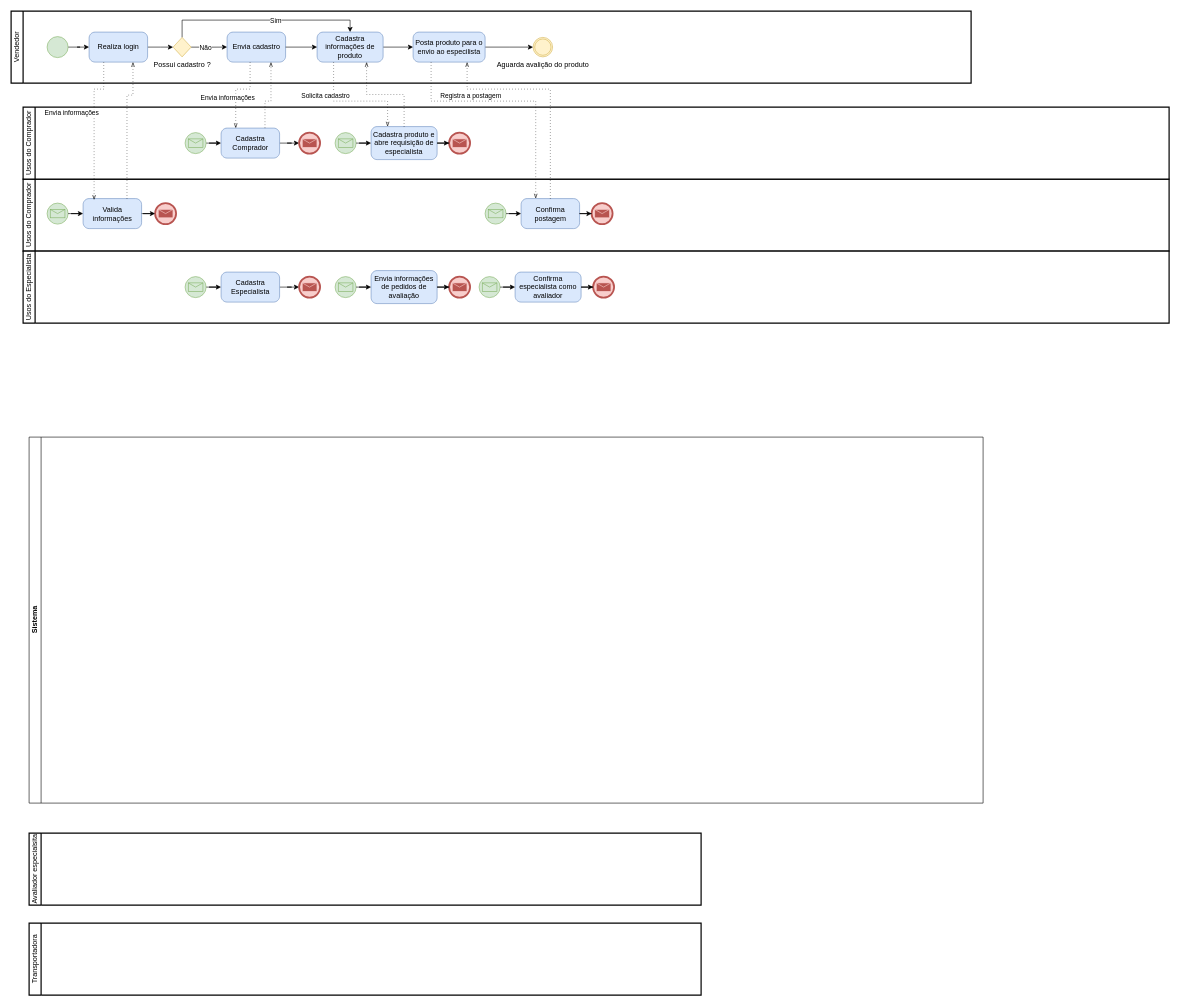
Above: page "Modelo To Be Processo Cadastro Produto" (3 of 3) of DPN/ModelagemProcessoNegocio.drawio in luca-moraes/projetoCorintoModelagem (draw.io), before the change. Source tidied: cells renumbered, new cells numbered last; positions are measured from the earlier drawing's top-left corner, leaving out a move shared by most shapes. Both pictures are drawn from the tidied source at 60%, with x=0, y=0 at pixel (11, 11).
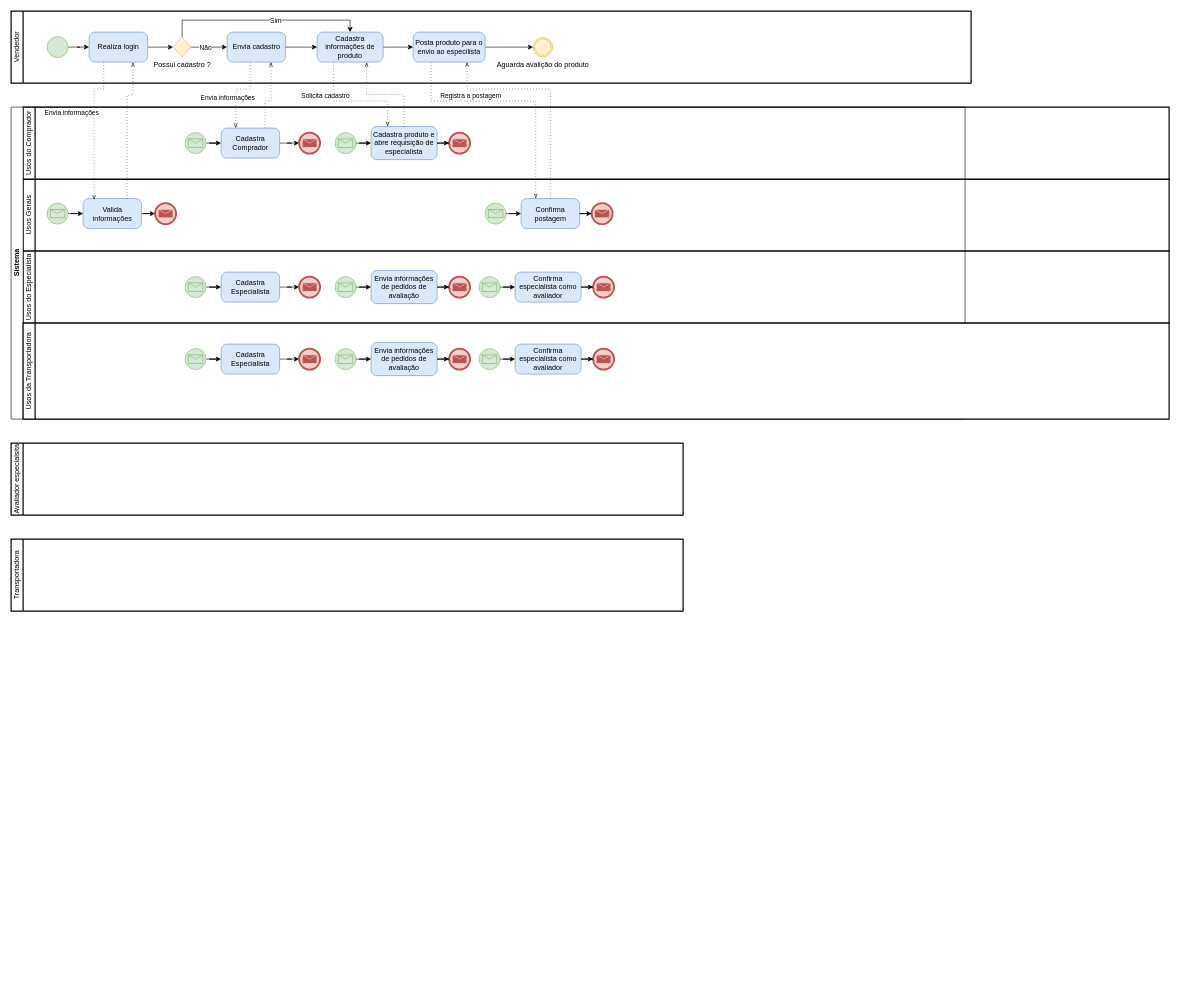
Above is the later version.

The edit, as a diff of the source:
```diff
@@
-    <mxCell id="2" value="Usos do Comprador" style="swimlane;html=1;startSize=20;fontStyle=0;horizontal=0;swimlaneLine=1;swimlaneFillColor=#ffffff;strokeWidth=2;whiteSpace=wrap;" parent="1" vertex="1">
+    <mxCell id="2" value="Usos Gerais" style="swimlane;html=1;startSize=20;fontStyle=0;horizontal=0;swimlaneLine=1;swimlaneFillColor=#ffffff;strokeWidth=2;whiteSpace=wrap;" parent="1" vertex="1">
       <mxGeometry x="20" y="280" width="1910" height="120" as="geometry" />
     </mxCell>
@@
     <mxCell id="40" value="Transportadora" style="swimlane;html=1;startSize=20;fontStyle=0;horizontal=0;swimlaneLine=1;swimlaneFillColor=#ffffff;strokeWidth=2;whiteSpace=wrap;" parent="1" vertex="1">
-      <mxGeometry x="30" y="1520" width="1120" height="120" as="geometry" />
+      <mxGeometry y="880" width="1120" height="120" as="geometry" />
     </mxCell>
@@
     <mxCell id="73" value="Avaliador especialsita" style="swimlane;html=1;startSize=20;fontStyle=0;horizontal=0;swimlaneLine=1;swimlaneFillColor=#ffffff;strokeWidth=2;whiteSpace=wrap;" parent="1" vertex="1">
-      <mxGeometry x="30" y="1370" width="1120" height="120" as="geometry" />
+      <mxGeometry y="720" width="1120" height="120" as="geometry" />
     </mxCell>
@@
     <mxCell id="77" value="Sistema" style="swimlane;horizontal=0;startSize=20;html=1;" parent="1" vertex="1">
-      <mxGeometry x="30" y="710" width="1590" height="610" as="geometry" />
+      <mxGeometry y="160" width="1590" height="520" as="geometry" />
     </mxCell>
+    <mxCell id="78" value="Usos da Transportadora" style="swimlane;html=1;startSize=20;fontStyle=0;horizontal=0;swimlaneLine=1;swimlaneFillColor=#ffffff;strokeWidth=2;whiteSpace=wrap;" parent="1" vertex="1">
+      <mxGeometry x="20" y="520" width="1910" height="160" as="geometry" />
+    </mxCell>
+    <mxCell id="79" style="edgeStyle=orthogonalEdgeStyle;rounded=0;jettySize=auto;html=1;entryX=0;entryY=0.5;entryDx=0;entryDy=0;entryPerimeter=0;" parent="78" edge="1" source="80" target="82">
+      <mxGeometry relative="1" as="geometry" />
+    </mxCell>
+    <mxCell id="80" style="points=[[0.145,0.145,0],[0.5,0,0],[0.855,0.145,0],[1,0.5,0],[0.855,0.855,0],[0.5,1,0],[0.145,0.855,0],[0,0.5,0]];shape=mxgraph.bpmn.event;html=1;verticalLabelPosition=bottom;labelBackgroundColor=#ffffff;verticalAlign=top;align=center;perimeter=ellipsePerimeter;outlineConnect=0;outline=standard;symbol=message;fillColor=#d5e8d4;strokeColor=#82b366;" parent="78" vertex="1">
+      <mxGeometry x="270" y="42.5" width="35" height="35" as="geometry" />
+    </mxCell>
+    <mxCell id="81" style="edgeStyle=orthogonalEdgeStyle;rounded=0;jettySize=auto;html=1;" parent="78" edge="1" source="82" target="83">
+      <mxGeometry relative="1" as="geometry" />
+    </mxCell>
+    <mxCell id="82" value="Cadastra Especialista" style="points=[[0.25,0,0],[0.5,0,0],[0.75,0,0],[1,0.25,0],[1,0.5,0],[1,0.75,0],[0.75,1,0],[0.5,1,0],[0.25,1,0],[0,0.75,0],[0,0.5,0],[0,0.25,0]];shape=mxgraph.bpmn.task;whiteSpace=wrap;rectStyle=rounded;size=10;html=1;taskMarker=abstract;fillColor=#dae8fc;strokeColor=#6c8ebf;" parent="78" vertex="1">
+      <mxGeometry x="330" y="35" width="97.5" height="50" as="geometry" />
+    </mxCell>
+    <mxCell id="83" style="points=[[0.145,0.145,0],[0.5,0,0],[0.855,0.145,0],[1,0.5,0],[0.855,0.855,0],[0.5,1,0],[0.145,0.855,0],[0,0.5,0]];shape=mxgraph.bpmn.event;html=1;verticalLabelPosition=bottom;labelBackgroundColor=#ffffff;verticalAlign=top;align=center;perimeter=ellipsePerimeter;outlineConnect=0;outline=end;symbol=message;fillColor=#f8cecc;strokeColor=#b85450;" parent="78" vertex="1">
+      <mxGeometry x="460" y="42.5" width="35" height="35" as="geometry" />
+    </mxCell>
+    <mxCell id="84" style="points=[[0.145,0.145,0],[0.5,0,0],[0.855,0.145,0],[1,0.5,0],[0.855,0.855,0],[0.5,1,0],[0.145,0.855,0],[0,0.5,0]];shape=mxgraph.bpmn.event;html=1;verticalLabelPosition=bottom;labelBackgroundColor=#ffffff;verticalAlign=top;align=center;perimeter=ellipsePerimeter;outlineConnect=0;outline=standard;symbol=message;fillColor=#d5e8d4;strokeColor=#82b366;" parent="78" vertex="1">
+      <mxGeometry x="520" y="42.5" width="35" height="35" as="geometry" />
+    </mxCell>
+    <mxCell id="85" value="Envia informações de pedidos de avaliação" style="points=[[0.25,0,0],[0.5,0,0],[0.75,0,0],[1,0.25,0],[1,0.5,0],[1,0.75,0],[0.75,1,0],[0.5,1,0],[0.25,1,0],[0,0.75,0],[0,0.5,0],[0,0.25,0]];shape=mxgraph.bpmn.task;whiteSpace=wrap;rectStyle=rounded;size=10;html=1;taskMarker=abstract;fillColor=#dae8fc;strokeColor=#6c8ebf;" parent="78" vertex="1">
+      <mxGeometry x="580" y="32.5" width="110" height="55" as="geometry" />
+    </mxCell>
+    <mxCell id="86" style="edgeStyle=orthogonalEdgeStyle;rounded=0;jettySize=auto;html=1;entryX=0;entryY=0.5;entryDx=0;entryDy=0;entryPerimeter=0;" parent="78" edge="1" source="84" target="85">
+      <mxGeometry relative="1" as="geometry" />
+    </mxCell>
+    <mxCell id="87" style="points=[[0.145,0.145,0],[0.5,0,0],[0.855,0.145,0],[1,0.5,0],[0.855,0.855,0],[0.5,1,0],[0.145,0.855,0],[0,0.5,0]];shape=mxgraph.bpmn.event;html=1;verticalLabelPosition=bottom;labelBackgroundColor=#ffffff;verticalAlign=top;align=center;perimeter=ellipsePerimeter;outlineConnect=0;outline=end;symbol=message;fillColor=#f8cecc;strokeColor=#b85450;" parent="78" vertex="1">
+      <mxGeometry x="710" y="42.5" width="35" height="35" as="geometry" />
+    </mxCell>
+    <mxCell id="88" style="edgeStyle=orthogonalEdgeStyle;rounded=0;jettySize=auto;html=1;" parent="78" edge="1" source="85" target="87">
+      <mxGeometry relative="1" as="geometry" />
+    </mxCell>
+    <mxCell id="89" style="points=[[0.145,0.145,0],[0.5,0,0],[0.855,0.145,0],[1,0.5,0],[0.855,0.855,0],[0.5,1,0],[0.145,0.855,0],[0,0.5,0]];shape=mxgraph.bpmn.event;html=1;verticalLabelPosition=bottom;labelBackgroundColor=#ffffff;verticalAlign=top;align=center;perimeter=ellipsePerimeter;outlineConnect=0;outline=standard;symbol=message;fillColor=#d5e8d4;strokeColor=#82b366;" parent="78" vertex="1">
+      <mxGeometry x="760" y="42.5" width="35" height="35" as="geometry" />
+    </mxCell>
+    <mxCell id="90" value="Confirma especialista como avaliador" style="points=[[0.25,0,0],[0.5,0,0],[0.75,0,0],[1,0.25,0],[1,0.5,0],[1,0.75,0],[0.75,1,0],[0.5,1,0],[0.25,1,0],[0,0.75,0],[0,0.5,0],[0,0.25,0]];shape=mxgraph.bpmn.task;whiteSpace=wrap;rectStyle=rounded;size=10;html=1;taskMarker=abstract;fillColor=#dae8fc;strokeColor=#6c8ebf;" parent="78" vertex="1">
+      <mxGeometry x="820" y="35" width="110" height="50" as="geometry" />
+    </mxCell>
+    <mxCell id="91" style="edgeStyle=orthogonalEdgeStyle;rounded=0;jettySize=auto;html=1;entryX=0;entryY=0.5;entryDx=0;entryDy=0;entryPerimeter=0;" parent="78" edge="1" source="89" target="90">
+      <mxGeometry relative="1" as="geometry" />
+    </mxCell>
+    <mxCell id="92" style="points=[[0.145,0.145,0],[0.5,0,0],[0.855,0.145,0],[1,0.5,0],[0.855,0.855,0],[0.5,1,0],[0.145,0.855,0],[0,0.5,0]];shape=mxgraph.bpmn.event;html=1;verticalLabelPosition=bottom;labelBackgroundColor=#ffffff;verticalAlign=top;align=center;perimeter=ellipsePerimeter;outlineConnect=0;outline=end;symbol=message;fillColor=#f8cecc;strokeColor=#b85450;" parent="78" vertex="1">
+      <mxGeometry x="950" y="42.5" width="35" height="35" as="geometry" />
+    </mxCell>
+    <mxCell id="93" style="edgeStyle=orthogonalEdgeStyle;rounded=0;jettySize=auto;html=1;" parent="78" edge="1" source="90" target="92">
+      <mxGeometry relative="1" as="geometry" />
+    </mxCell>
```
